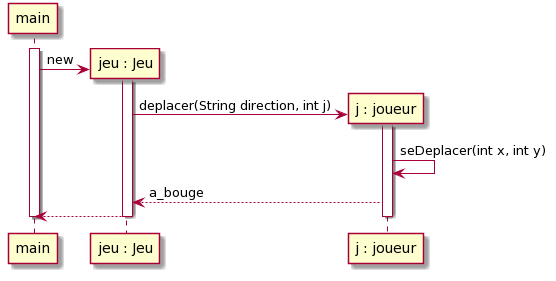
This is documents/version_1/Diagramme_séquence_mouvement_joueur.png from icetomtom/2020_COO_Zeldiablo_muller742u_etchevar1u_huet41u_bouillo15u, a PlantUML export, as it was before one commit.
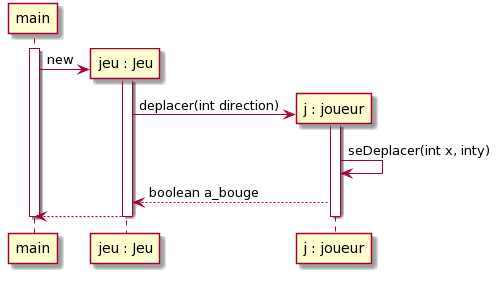
After the change.

Commit message:
mise a jour du diagramme de classe

Change to the diagram source:
```diff
@@ -9,13 +9,13 @@
 
 create "j : joueur" as Joueur
 
-Jeu -> Joueur : deplacer(String direction, int j)
+Jeu -> Joueur : deplacer(int direction)
 
 Activate Joueur
 
-Joueur -> Joueur : seDeplacer(int x, int y)
+Joueur -> Joueur : seDeplacer(int x, inty)
 
-Joueur --> Jeu : a_bouge
+Joueur --> Jeu : boolean a_bouge
 
 Jeu --> main
 
```
